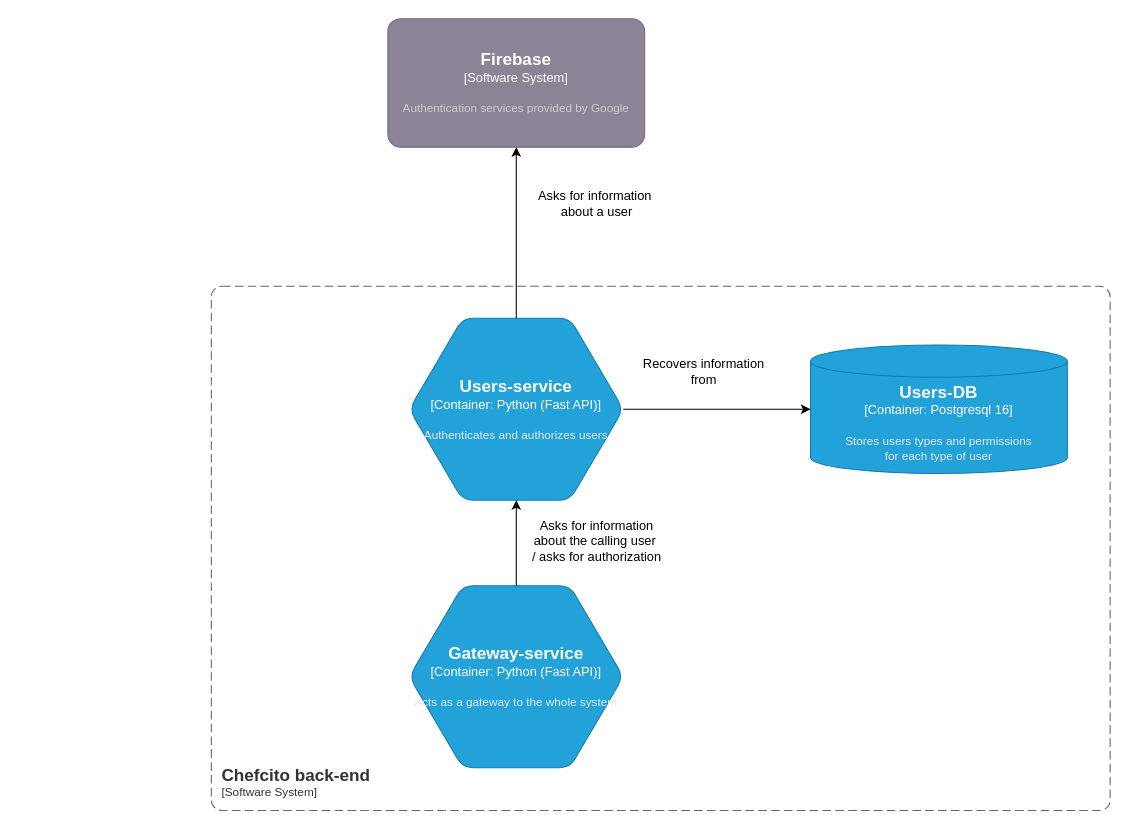
Earlier version of the draw.io diagram page "Users-Context" (2 of 9) of docs/C3Diagram.drawio (Chefcito-Comidas/chefcito-back). Source tidied: cells renumbered, new cells numbered last; positions are measured from the earlier drawing's top-left corner, leaving out a move shared by most shapes. Both pictures are drawn from the tidied source at 107%, with x=0, y=0 at pixel (211, 18).
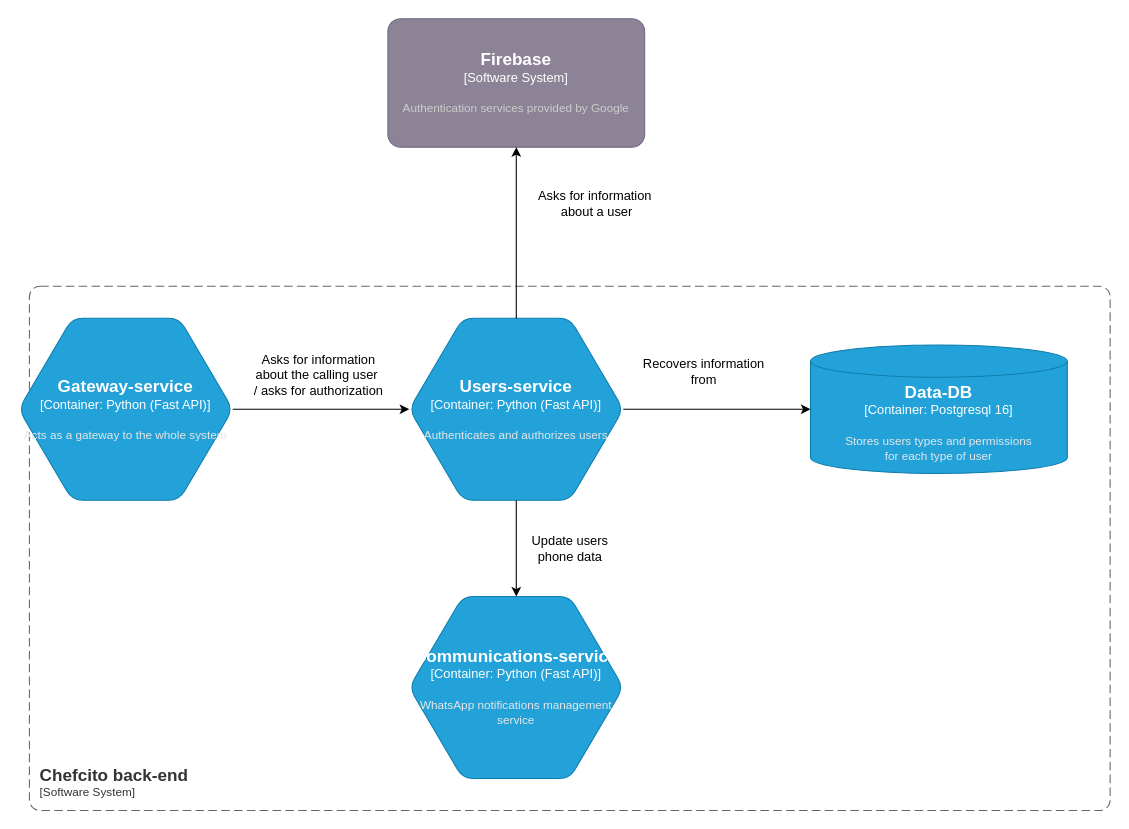
The same page after the edit.

Diff of the diagram source:
```diff
@@
 <mxGraphModel>
   <root>
     <mxCell id="0" />
     <mxCell id="1" parent="0" />
     <object id="2" label="&lt;font style=&quot;font-size: 16px&quot;&gt;&lt;b&gt;%c4Name%&lt;/b&gt;&lt;/font&gt;&lt;div&gt;[%c4Type%:&amp;nbsp;%c4Technology%]&lt;/div&gt;&lt;br&gt;&lt;div&gt;&lt;font style=&quot;font-size: 11px&quot;&gt;&lt;font color=&quot;#E6E6E6&quot;&gt;%c4Description%&lt;/font&gt;&lt;/div&gt;" c4Description="Authenticates and authorizes users" c4Name="Users-service" c4Technology="Python (Fast API)" c4Type="Container" placeholders="1">
       <mxCell style="shape=hexagon;size=50;perimeter=hexagonPerimeter2;whiteSpace=wrap;html=1;fixedSize=1;rounded=1;labelBackgroundColor=none;fillColor=#23A2D9;fontSize=12;fontColor=#ffffff;align=center;strokeColor=#0E7DAD;points=[[0.5,0,0],[1,0.25,0],[1,0.5,0],[1,0.75,0],[0.5,1,0],[0,0.75,0],[0,0.5,0],[0,0.25,0]];" parent="1" vertex="1">
         <mxGeometry x="185" y="280" width="200" height="170" as="geometry" />
       </mxCell>
     </object>
     <object id="3" label="&lt;font style=&quot;font-size: 16px&quot;&gt;&lt;b&gt;&lt;div style=&quot;text-align: left&quot;&gt;%c4Name%&lt;/div&gt;&lt;/b&gt;&lt;/font&gt;&lt;div style=&quot;text-align: left&quot;&gt;[%c4Application%]&lt;/div&gt;" c4Application="Software System" c4Name="Chefcito back-end" placeholders="1">
       <mxCell style="rounded=1;fontSize=11;whiteSpace=wrap;html=1;dashed=1;arcSize=20;fillColor=none;strokeColor=#666666;fontColor=#333333;labelBackgroundColor=none;align=left;verticalAlign=bottom;labelBorderColor=none;spacingTop=0;spacing=10;dashPattern=8 4;perimeter=rectanglePerimeter;noLabel=0;labelPadding=0;absoluteArcSize=1;" parent="1" vertex="1">
-        <mxGeometry y="250" width="840" height="490" as="geometry" />
+        <mxGeometry x="-170" y="250" width="1010" height="490" as="geometry" />
       </mxCell>
     </object>
     <object id="4" label="&lt;font style=&quot;font-size: 16px&quot;&gt;&lt;b&gt;%c4Name%&lt;/b&gt;&lt;/font&gt;&lt;div&gt;[%c4Type%:&amp;nbsp;%c4Technology%]&lt;/div&gt;&lt;br&gt;&lt;div&gt;&lt;font style=&quot;font-size: 11px&quot;&gt;&lt;font color=&quot;#E6E6E6&quot;&gt;%c4Description%&lt;/font&gt;&lt;/div&gt;" c4Description="Acts as a gateway to the whole system" c4Name="Gateway-service" c4Technology="Python (Fast API)" c4Type="Container" placeholders="1">
       <mxCell style="shape=hexagon;size=50;perimeter=hexagonPerimeter2;whiteSpace=wrap;html=1;fixedSize=1;rounded=1;labelBackgroundColor=none;fillColor=#23A2D9;fontSize=12;fontColor=#ffffff;align=center;strokeColor=#0E7DAD;points=[[0.5,0,0],[1,0.25,0],[1,0.5,0],[1,0.75,0],[0.5,1,0],[0,0.75,0],[0,0.5,0],[0,0.25,0]];" parent="1" vertex="1">
-        <mxGeometry x="185" y="530" width="200" height="170" as="geometry" />
+        <mxGeometry x="-180" y="280" width="200" height="170" as="geometry" />
       </mxCell>
     </object>
-    <mxCell id="5" style="edgeStyle=orthogonalEdgeStyle;rounded=0;jettySize=auto;html=1;exitX=0.5;exitY=0;exitDx=0;exitDy=0;exitPerimeter=0;entryX=0.5;entryY=1;entryDx=0;entryDy=0;entryPerimeter=0;" parent="1" edge="1" source="4" target="2">
+    <mxCell id="5" style="edgeStyle=orthogonalEdgeStyle;rounded=0;jettySize=auto;html=1;exitX=1;exitY=0.5;exitDx=0;exitDy=0;exitPerimeter=0;entryX=0;entryY=0.5;entryDx=0;entryDy=0;entryPerimeter=0;" parent="1" edge="1" source="4" target="2">
       <mxGeometry relative="1" as="geometry" />
     </mxCell>
     <mxCell id="6" value="&lt;div&gt;Asks for information&lt;br&gt;&lt;/div&gt;&lt;div&gt;about the calling user&amp;nbsp;&lt;/div&gt;&lt;div&gt;/ asks for authorization&lt;/div&gt;&lt;div&gt;&amp;nbsp;&lt;br&gt;&lt;/div&gt;" style="text;html=1;align=center;verticalAlign=middle;strokeColor=none;fillColor=none;" parent="1" vertex="1">
-      <mxGeometry x="280" y="460" width="160" height="70" as="geometry" />
+      <mxGeometry x="20" y="305" width="160" height="70" as="geometry" />
     </mxCell>
     <object id="7" label="&lt;font style=&quot;font-size: 16px&quot;&gt;&lt;b&gt;%c4Name%&lt;/b&gt;&lt;/font&gt;&lt;div&gt;[%c4Type%]&lt;/div&gt;&lt;br&gt;&lt;div&gt;&lt;font style=&quot;font-size: 11px&quot;&gt;&lt;font color=&quot;#cccccc&quot;&gt;%c4Description%&lt;/font&gt;&lt;/div&gt;" c4Description="Authentication services provided by Google" c4Name="Firebase" c4Type="Software System" placeholders="1">
       <mxCell style="rounded=1;whiteSpace=wrap;html=1;labelBackgroundColor=none;fillColor=#8C8496;fontColor=#ffffff;align=center;arcSize=10;strokeColor=#736782;points=[[0.25,0,0],[0.5,0,0],[0.75,0,0],[1,0.25,0],[1,0.5,0],[1,0.75,0],[0.75,1,0],[0.5,1,0],[0.25,1,0],[0,0.75,0],[0,0.5,0],[0,0.25,0]];" parent="1" vertex="1">
         <mxGeometry x="165" width="240" height="120" as="geometry" />
       </mxCell>
     </object>
     <mxCell id="8" style="edgeStyle=orthogonalEdgeStyle;rounded=0;jettySize=auto;html=1;exitX=0.5;exitY=0;exitDx=0;exitDy=0;exitPerimeter=0;entryX=0.5;entryY=1;entryDx=0;entryDy=0;entryPerimeter=0;" parent="1" edge="1" source="2" target="7">
       <mxGeometry relative="1" as="geometry" />
     </mxCell>
     <mxCell id="9" value="&lt;div&gt;Asks for information&amp;nbsp;&lt;/div&gt;&lt;div&gt;about a user&lt;/div&gt;" style="text;html=1;align=center;verticalAlign=middle;strokeColor=none;fillColor=none;" parent="1" vertex="1">
       <mxGeometry x="285" y="153" width="150" height="40" as="geometry" />
     </mxCell>
-    <object id="10" label="&lt;font style=&quot;font-size: 16px&quot;&gt;&lt;b&gt;%c4Name%&lt;/b&gt;&lt;/font&gt;&lt;div&gt;[%c4Type%:&amp;nbsp;%c4Technology%]&lt;/div&gt;&lt;br&gt;&lt;div&gt;&lt;font style=&quot;font-size: 11px&quot;&gt;&lt;font color=&quot;#E6E6E6&quot;&gt;%c4Description%&lt;/font&gt;&lt;/div&gt;" c4Description="Stores users types and permissions &#10;for each type of user" c4Name="Users-DB" c4Technology="Postgresql 16" c4Type="Container" placeholders="1">
+    <object id="10" label="&lt;font style=&quot;font-size: 16px&quot;&gt;&lt;b&gt;%c4Name%&lt;/b&gt;&lt;/font&gt;&lt;div&gt;[%c4Type%:&amp;nbsp;%c4Technology%]&lt;/div&gt;&lt;br&gt;&lt;div&gt;&lt;font style=&quot;font-size: 11px&quot;&gt;&lt;font color=&quot;#E6E6E6&quot;&gt;%c4Description%&lt;/font&gt;&lt;/div&gt;" c4Description="Stores users types and permissions &#10;for each type of user" c4Name="Data-DB" c4Technology="Postgresql 16" c4Type="Container" placeholders="1">
       <mxCell style="shape=cylinder3;size=15;whiteSpace=wrap;html=1;boundedLbl=1;rounded=0;labelBackgroundColor=none;fillColor=#23A2D9;fontSize=12;fontColor=#ffffff;align=center;strokeColor=#0E7DAD;points=[[0.5,0,0],[1,0.25,0],[1,0.5,0],[1,0.75,0],[0.5,1,0],[0,0.75,0],[0,0.5,0],[0,0.25,0]];" parent="1" vertex="1">
         <mxGeometry x="560" y="305" width="240" height="120" as="geometry" />
       </mxCell>
     </object>
     <mxCell id="11" style="edgeStyle=orthogonalEdgeStyle;rounded=0;jettySize=auto;html=1;exitX=1;exitY=0.5;exitDx=0;exitDy=0;exitPerimeter=0;entryX=0;entryY=0.5;entryDx=0;entryDy=0;entryPerimeter=0;" parent="1" edge="1" source="2" target="10">
       <mxGeometry relative="1" as="geometry" />
     </mxCell>
     <mxCell id="12" value="&lt;div&gt;Recovers information&lt;/div&gt;&lt;div&gt;from&lt;br&gt;&lt;/div&gt;" style="text;html=1;align=center;verticalAlign=middle;strokeColor=none;fillColor=none;" parent="1" vertex="1">
       <mxGeometry x="385" y="310" width="150" height="40" as="geometry" />
     </mxCell>
+    <object id="13" label="&lt;font style=&quot;font-size: 16px&quot;&gt;&lt;b&gt;%c4Name%&lt;/b&gt;&lt;/font&gt;&lt;div&gt;[%c4Type%:&amp;nbsp;%c4Technology%]&lt;/div&gt;&lt;br&gt;&lt;div&gt;&lt;font style=&quot;font-size: 11px&quot;&gt;&lt;font color=&quot;#E6E6E6&quot;&gt;%c4Description%&lt;/font&gt;&lt;/div&gt;" c4Description="WhatsApp notifications management service" c4Name="Communications-service" c4Technology="Python (Fast API)" c4Type="Container" placeholders="1">
+      <mxCell style="shape=hexagon;size=50;perimeter=hexagonPerimeter2;whiteSpace=wrap;html=1;fixedSize=1;rounded=1;labelBackgroundColor=none;fillColor=#23A2D9;fontSize=12;fontColor=#ffffff;align=center;strokeColor=#0E7DAD;points=[[0.5,0,0],[1,0.25,0],[1,0.5,0],[1,0.75,0],[0.5,1,0],[0,0.75,0],[0,0.5,0],[0,0.25,0]];" parent="1" vertex="1">
+        <mxGeometry x="185" y="540" width="200" height="170" as="geometry" />
+      </mxCell>
+    </object>
+    <mxCell id="14" style="edgeStyle=orthogonalEdgeStyle;rounded=0;jettySize=auto;html=1;exitX=0.5;exitY=1;exitDx=0;exitDy=0;exitPerimeter=0;entryX=0.5;entryY=0;entryDx=0;entryDy=0;entryPerimeter=0;" parent="1" edge="1" source="2" target="13">
+      <mxGeometry relative="1" as="geometry" />
+    </mxCell>
+    <mxCell id="15" value="&lt;div&gt;Update users &lt;br&gt;&lt;/div&gt;&lt;div&gt;phone data&lt;br&gt;&lt;/div&gt;" style="text;html=1;align=center;verticalAlign=middle;strokeColor=none;fillColor=none;" parent="1" vertex="1">
+      <mxGeometry x="285" y="475" width="100" height="40" as="geometry" />
+    </mxCell>
   </root>
 </mxGraphModel>
```
